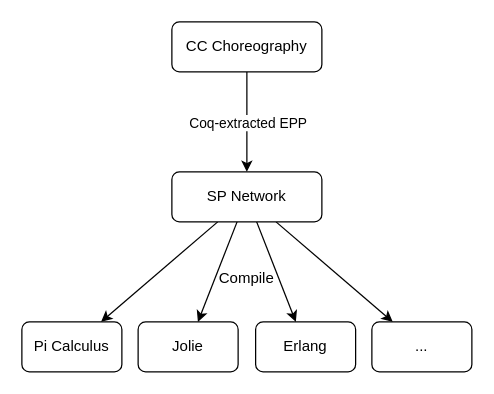
This is jolie/paper/pipeline.drawio from jonas-rm/partial-core-choreographies-rocq, a draw.io file, before an edit. Source tidied: cells renumbered, new cells numbered last; positions are measured from the earlier drawing's top-left corner, leaving out a move shared by most shapes. Both pictures are drawn from the tidied source at 125%, with x=0, y=0 at pixel (21, 21).
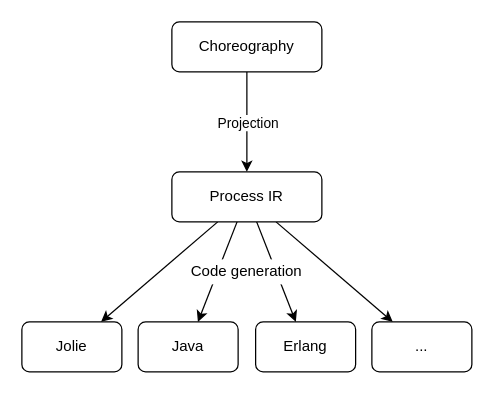
The same page after the edit.

Diff of the diagram source:
```diff
@@
 <mxGraphModel>
   <root>
     <mxCell id="0" />
     <mxCell id="1" parent="0" />
     <mxCell id="2" style="edgeStyle=orthogonalEdgeStyle;rounded=0;jettySize=auto;html=1;" parent="1" edge="1" source="4" target="9">
       <mxGeometry relative="1" as="geometry" />
     </mxCell>
-    <mxCell id="3" value="Coq-extracted EPP" style="edgeLabel;html=1;align=center;verticalAlign=middle;" parent="2" vertex="1">
+    <mxCell id="3" value="Projection" style="edgeLabel;html=1;align=center;verticalAlign=middle;" parent="2" vertex="1">
       <mxGeometry relative="1" as="geometry" />
     </mxCell>
-    <mxCell id="4" value="CC Choreography" style="rounded=1;whiteSpace=wrap;html=1;" parent="1" vertex="1">
+    <mxCell id="4" value="Choreography" style="rounded=1;whiteSpace=wrap;html=1;" parent="1" vertex="1">
       <mxGeometry x="120" width="120" height="40" as="geometry" />
     </mxCell>
     <mxCell id="5" style="rounded=0;jettySize=auto;html=1;" parent="1" edge="1" source="9" target="11">
       <mxGeometry relative="1" as="geometry" />
     </mxCell>
     <mxCell id="6" style="rounded=0;jettySize=auto;html=1;" parent="1" edge="1" source="9" target="13">
       <mxGeometry relative="1" as="geometry" />
     </mxCell>
     <mxCell id="7" style="edgeStyle=none;rounded=0;jettySize=auto;html=1;" parent="1" edge="1" source="9" target="12">
       <mxGeometry relative="1" as="geometry" />
     </mxCell>
     <mxCell id="8" style="edgeStyle=none;rounded=0;jettySize=auto;html=1;" parent="1" edge="1" source="9" target="14">
       <mxGeometry relative="1" as="geometry" />
     </mxCell>
-    <mxCell id="9" value="SP Network" style="rounded=1;whiteSpace=wrap;html=1;" parent="1" vertex="1">
+    <mxCell id="9" value="Process IR" style="rounded=1;whiteSpace=wrap;html=1;" parent="1" vertex="1">
       <mxGeometry x="120" y="120" width="120" height="40" as="geometry" />
     </mxCell>
     <mxCell id="10" style="group;" parent="1" vertex="1">
       <mxGeometry y="240" width="360" height="40" as="geometry" />
     </mxCell>
-    <mxCell id="11" value="Jolie" style="rounded=1;whiteSpace=wrap;html=1;" parent="10" vertex="1">
+    <mxCell id="11" value="Java" style="rounded=1;whiteSpace=wrap;html=1;" parent="10" vertex="1">
       <mxGeometry x="93" width="80" height="40" as="geometry" />
     </mxCell>
     <mxCell id="12" value="Erlang" style="rounded=1;whiteSpace=wrap;html=1;" parent="10" vertex="1">
       <mxGeometry x="187" width="80" height="40" as="geometry" />
     </mxCell>
-    <mxCell id="13" value="Pi Calculus" style="rounded=1;whiteSpace=wrap;html=1;" parent="10" vertex="1">
+    <mxCell id="13" value="Jolie" style="rounded=1;whiteSpace=wrap;html=1;" parent="10" vertex="1">
       <mxGeometry width="80" height="40" as="geometry" />
     </mxCell>
     <mxCell id="14" value="..." style="rounded=1;whiteSpace=wrap;html=1;" parent="10" vertex="1">
       <mxGeometry x="280" width="80" height="40" as="geometry" />
     </mxCell>
-    <mxCell id="15" value="Compile" style="text;html=1;strokeColor=none;fillColor=none;align=center;verticalAlign=middle;whiteSpace=wrap;rounded=0;" parent="1" vertex="1">
-      <mxGeometry x="150" y="190" width="60" height="30" as="geometry" />
+    <mxCell id="15" value="Code generation" style="text;html=1;strokeColor=none;fillColor=default;align=center;verticalAlign=middle;whiteSpace=wrap;rounded=0;" parent="1" vertex="1">
+      <mxGeometry x="130" y="190" width="100" height="20" as="geometry" />
     </mxCell>
   </root>
 </mxGraphModel>
```
